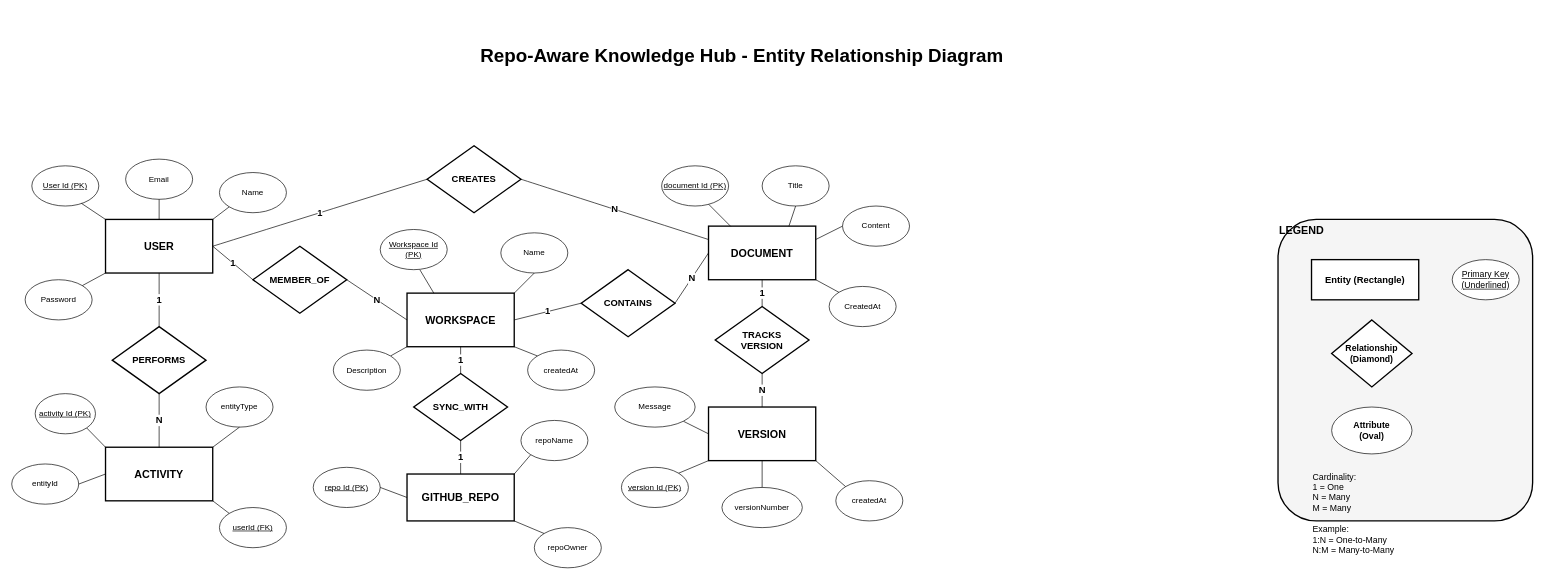
Above: docs/er-diagram-traditional.drawio in Nithinvp11/DocHub (draw.io), before the change. Source tidied: cells renumbered, new cells numbered last; positions are measured from the earlier drawing's top-left corner, leaving out a move shared by most shapes. Both pictures are drawn from the tidied source at 67%, with x=0, y=0 at pixel (11, 38).
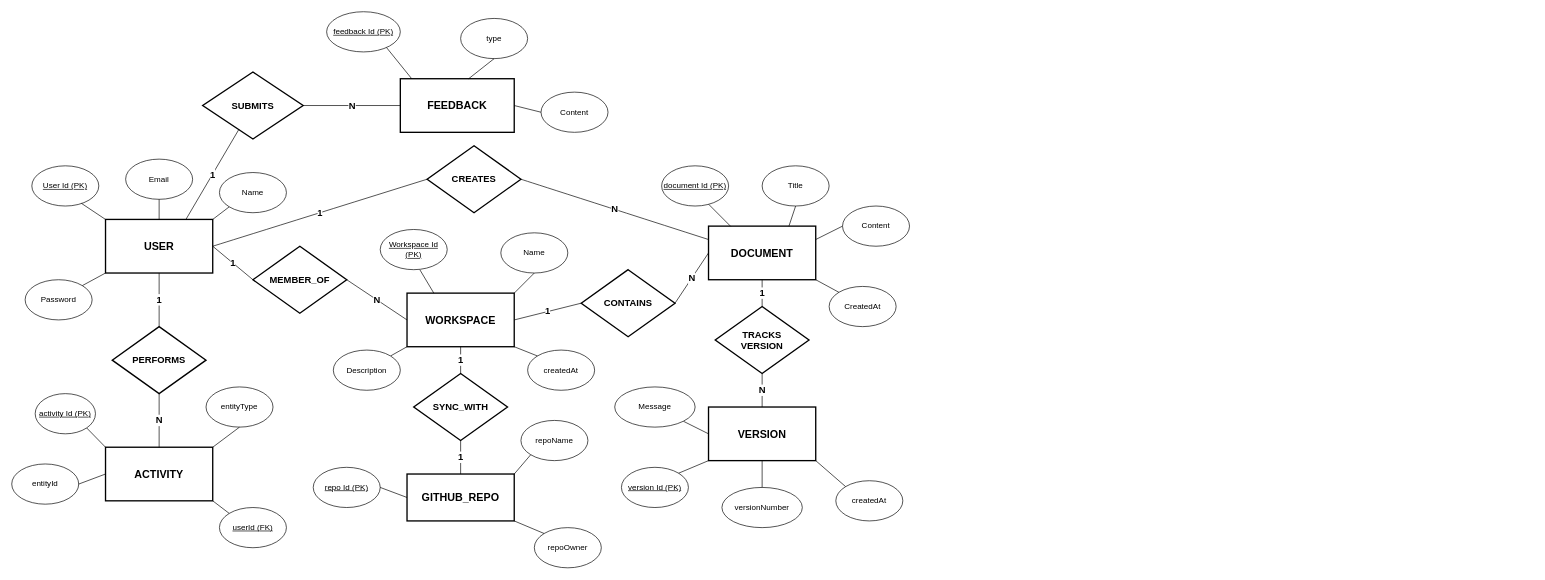
The same page after the edit.

Unchanged cells that the change refers to:
```xml
<mxCell id="3" value="USER" style="rounded=0;whiteSpace=wrap;html=1;fillColor=#ffffff;strokeColor=#000000;strokeWidth=2;fontSize=16;fontStyle=1;" parent="1" vertex="1">
  <mxGeometry x="140" y="270" width="160" height="80" as="geometry" />
</mxCell>
```

What changed in the source:
```diff
@@
-    <mxCell id="2" value="Repo-Aware Knowledge Hub - Entity Relationship Diagram" style="text;html=1;strokeColor=none;fillColor=none;align=center;verticalAlign=middle;whiteSpace=wrap;rounded=0;fontSize=28;fontStyle=1;fontColor=#000000;" parent="1" vertex="1">
-      <mxGeometry x="640" width="900" height="50" as="geometry" />
-    </mxCell>
@@
-    <mxCell id="68" value="LEGEND" style="rounded=1;whiteSpace=wrap;html=1;fillColor=#f5f5f5;strokeColor=#000000;strokeWidth=2;fontSize=16;fontStyle=1;align=left;verticalAlign=top;" parent="1" vertex="1">
-      <mxGeometry x="1890" y="270" width="380" height="450" as="geometry" />
-    </mxCell>
-    <mxCell id="69" value="Entity (Rectangle)" style="rounded=0;whiteSpace=wrap;html=1;fillColor=#ffffff;strokeColor=#000000;strokeWidth=2;fontSize=14;fontStyle=1;" parent="1" vertex="1">
-      <mxGeometry x="1940" y="330" width="160" height="60" as="geometry" />
-    </mxCell>
-    <mxCell id="70" value="Relationship&#10;(Diamond)" style="rhombus;whiteSpace=wrap;html=1;fillColor=#ffffff;strokeColor=#000000;strokeWidth=2;fontSize=13;fontStyle=1;" parent="1" vertex="1">
-      <mxGeometry x="1970" y="420" width="120" height="100" as="geometry" />
-    </mxCell>
-    <mxCell id="71" value="Attribute&#10;(Oval)" style="ellipse;whiteSpace=wrap;html=1;fillColor=#ffffff;strokeColor=#000000;fontSize=13;fontStyle=1;" parent="1" vertex="1">
-      <mxGeometry x="1970" y="550" width="120" height="70" as="geometry" />
-    </mxCell>
-    <mxCell id="72" value="Primary Key&#10;(Underlined)" style="ellipse;whiteSpace=wrap;html=1;fillColor=#ffffff;strokeColor=#000000;fontSize=13;fontStyle=4;" parent="1" vertex="1">
-      <mxGeometry x="2150" y="330" width="100" height="60" as="geometry" />
-    </mxCell>
-    <mxCell id="73" value="Cardinality:&#10;1 = One&#10;N = Many&#10;M = Many&#10;&#10;Example:&#10;1:N = One-to-Many&#10;N:M = Many-to-Many" style="text;html=1;strokeColor=none;fillColor=none;align=left;verticalAlign=top;whiteSpace=wrap;rounded=0;fontSize=13;" parent="1" vertex="1">
-      <mxGeometry x="1940" y="640" width="280" height="60" as="geometry" />
-    </mxCell>
@@
+    <mxCell id="79" value="FEEDBACK" style="rounded=0;whiteSpace=wrap;html=1;fillColor=#ffffff;strokeColor=#000000;strokeWidth=2;fontSize=16;fontStyle=1;" parent="1" vertex="1">
+      <mxGeometry x="580" y="60" width="170" height="80" as="geometry" />
+    </mxCell>
+    <mxCell id="80" value="feedback Id (PK)" style="ellipse;whiteSpace=wrap;html=1;fillColor=#ffffff;strokeColor=#000000;fontStyle=4;" parent="1" vertex="1">
+      <mxGeometry x="470" y="-40" width="110" height="60" as="geometry" />
+    </mxCell>
+    <mxCell id="81" value="type" style="ellipse;whiteSpace=wrap;html=1;fillColor=#ffffff;strokeColor=#000000;" parent="1" vertex="1">
+      <mxGeometry x="670" y="-30" width="100" height="60" as="geometry" />
+    </mxCell>
+    <mxCell id="82" value="Content" style="ellipse;whiteSpace=wrap;html=1;fillColor=#ffffff;strokeColor=#000000;" parent="1" vertex="1">
+      <mxGeometry x="790" y="80" width="100" height="60" as="geometry" />
+    </mxCell>
+    <mxCell id="83" style="endArrow=none;html=1;exitX=0.9;exitY=1;exitDx=0;exitDy=0;entryX=0.1;entryY=0;entryDx=0;entryDy=0;" parent="1" edge="1" source="80" target="79">
+      <mxGeometry relative="1" as="geometry" />
+    </mxCell>
+    <mxCell id="84" style="endArrow=none;html=1;exitX=0.5;exitY=1;exitDx=0;exitDy=0;entryX=0.6;entryY=0;entryDx=0;entryDy=0;" parent="1" edge="1" source="81" target="79">
+      <mxGeometry relative="1" as="geometry" />
+    </mxCell>
+    <mxCell id="85" style="endArrow=none;html=1;exitX=0;exitY=0.5;exitDx=0;exitDy=0;entryX=1;entryY=0.5;entryDx=0;entryDy=0;" parent="1" edge="1" source="82" target="79">
+      <mxGeometry relative="1" as="geometry" />
+    </mxCell>
+    <mxCell id="86" value="SUBMITS" style="rhombus;whiteSpace=wrap;html=1;fillColor=#ffffff;strokeColor=#000000;strokeWidth=2;fontSize=14;fontStyle=1;" parent="1" vertex="1">
+      <mxGeometry x="285" y="50" width="150" height="100" as="geometry" />
+    </mxCell>
+    <mxCell id="87" value="1" style="endArrow=none;html=1;fontSize=14;fontStyle=1;exitX=0.75;exitY=0;exitDx=0;exitDy=0;" parent="1" edge="1" source="3" target="86">
+      <mxGeometry relative="1" as="geometry" />
+    </mxCell>
+    <mxCell id="88" value="N" style="endArrow=none;html=1;fontSize=14;fontStyle=1;" parent="1" edge="1" source="86" target="79">
+      <mxGeometry relative="1" as="geometry" />
+    </mxCell>
```
